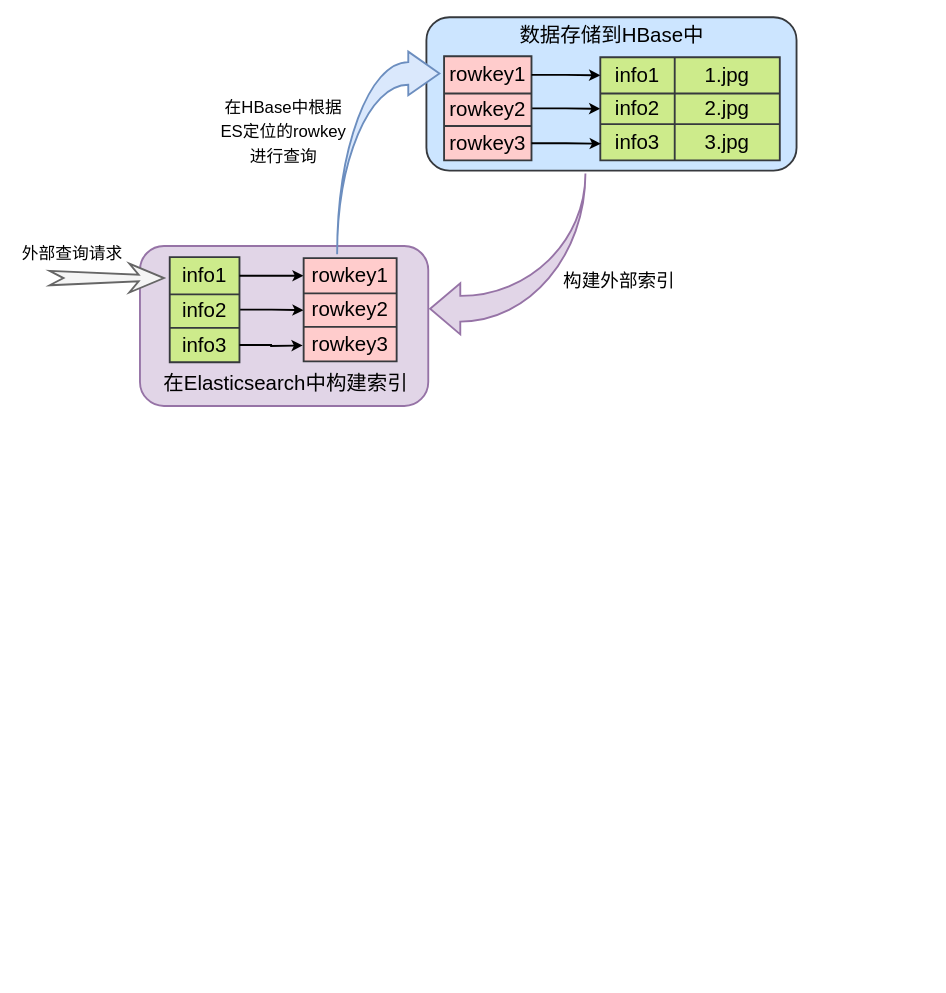
The draw.io diagram page "第 4 页" (4 of 4) of 未命名绘图.drawio in Life-Cycle/xixi, before the edit. Source tidied: cells renumbered, new cells numbered last; positions are measured from the earlier drawing's top-left corner, leaving out a move shared by most shapes. Both pictures are drawn from the tidied source at 93%, with x=0, y=0 at pixel (16, 17).
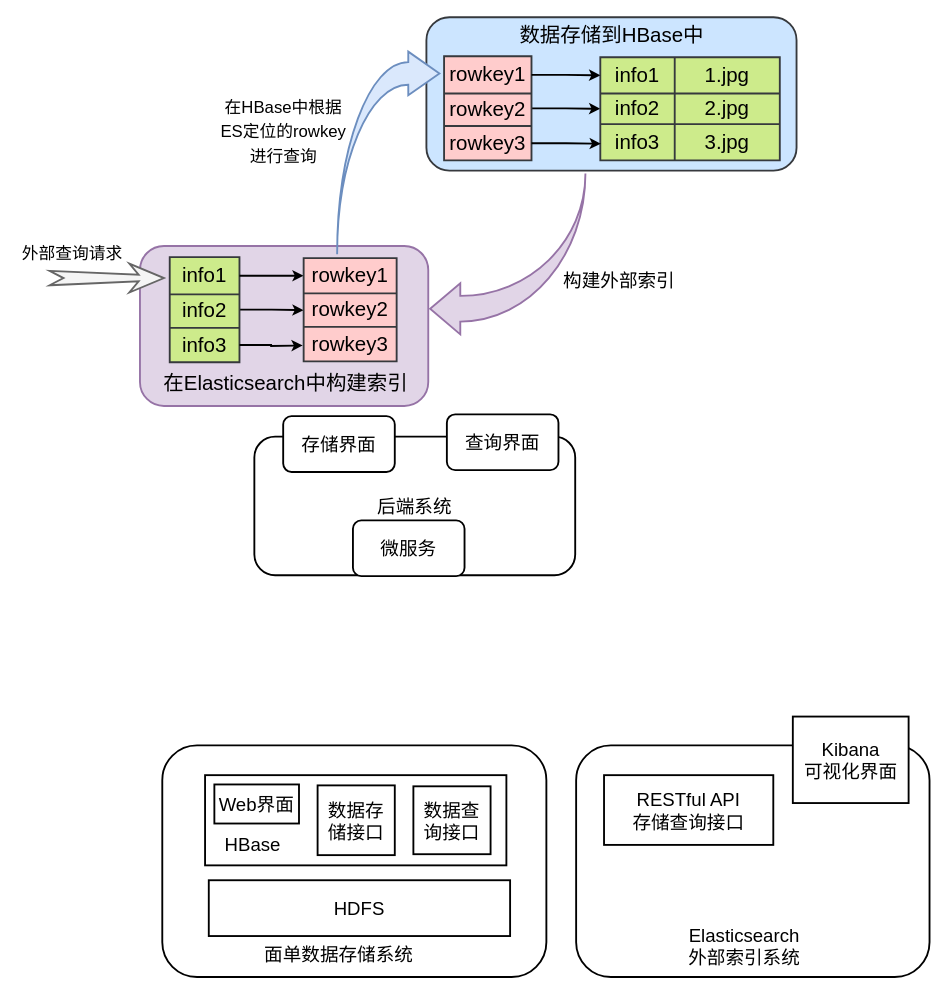
The same diagram, later.

Commit message:
更新未命名绘图.drawio

What changed in the source:
```diff
@@
+    <mxCell id="49" style="rounded=1;whiteSpace=wrap;html=1;labelBackgroundColor=none;fontSize=20;fontColor=#000000;strokeColor=#000000;strokeWidth=2;fillColor=#FFFFFF;" parent="1" vertex="1">
+      <mxGeometry x="157" y="783" width="413" height="249" as="geometry" />
+    </mxCell>
+    <mxCell id="50" value="后端系统" style="rounded=1;whiteSpace=wrap;html=1;labelBackgroundColor=none;fontSize=20;fontColor=#000000;strokeColor=#000000;strokeWidth=2;fillColor=#FFFFFF;" parent="1" vertex="1">
+      <mxGeometry x="256" y="451" width="345" height="149" as="geometry" />
+    </mxCell>
+    <mxCell id="51" style="rounded=1;whiteSpace=wrap;html=1;labelBackgroundColor=none;fontSize=20;fontColor=#000000;strokeColor=#000000;strokeWidth=2;fillColor=#FFFFFF;" parent="1" vertex="1">
+      <mxGeometry x="602" y="783" width="380" height="249" as="geometry" />
+    </mxCell>
+    <mxCell id="52" value="存储界面" style="rounded=1;whiteSpace=wrap;html=1;labelBackgroundColor=none;fontSize=20;fontColor=#000000;strokeColor=#000000;strokeWidth=2;fillColor=#FFFFFF;" parent="1" vertex="1">
+      <mxGeometry x="287" y="429" width="120" height="60" as="geometry" />
+    </mxCell>
+    <mxCell id="53" value="查询界面" style="rounded=1;whiteSpace=wrap;html=1;labelBackgroundColor=none;fontSize=20;fontColor=#000000;strokeColor=#000000;strokeWidth=2;fillColor=#FFFFFF;" parent="1" vertex="1">
+      <mxGeometry x="463" y="427" width="120" height="60" as="geometry" />
+    </mxCell>
+    <mxCell id="54" value="微服务" style="rounded=1;whiteSpace=wrap;html=1;labelBackgroundColor=none;fontSize=20;fontColor=#000000;strokeColor=#000000;strokeWidth=2;fillColor=#FFFFFF;" parent="1" vertex="1">
+      <mxGeometry x="362" y="541" width="120" height="60" as="geometry" />
+    </mxCell>
+    <mxCell id="55" value="面单数据存储系统" style="text;html=1;strokeColor=none;fillColor=none;align=center;verticalAlign=middle;whiteSpace=wrap;rounded=0;labelBackgroundColor=none;fontSize=20;fontColor=#000000;" parent="1" vertex="1">
+      <mxGeometry x="259" y="992" width="176" height="30" as="geometry" />
+    </mxCell>
+    <mxCell id="56" value="HDFS" style="rounded=0;whiteSpace=wrap;html=1;labelBackgroundColor=none;fontSize=20;fontColor=#000000;strokeColor=#000000;strokeWidth=2;fillColor=#FFFFFF;" parent="1" vertex="1">
+      <mxGeometry x="207" y="928" width="324" height="60" as="geometry" />
+    </mxCell>
+    <mxCell id="57" style="rounded=0;whiteSpace=wrap;html=1;labelBackgroundColor=none;fontSize=20;fontColor=#000000;strokeColor=#000000;strokeWidth=2;fillColor=#FFFFFF;" parent="1" vertex="1">
+      <mxGeometry x="203" y="815" width="324" height="97" as="geometry" />
+    </mxCell>
+    <mxCell id="58" value="HBase" style="text;html=1;strokeColor=none;fillColor=none;align=center;verticalAlign=middle;whiteSpace=wrap;rounded=0;labelBackgroundColor=none;fontSize=20;fontColor=#000000;" parent="1" vertex="1">
+      <mxGeometry x="209" y="874" width="91" height="30" as="geometry" />
+    </mxCell>
+    <mxCell id="59" value="Web界面" style="rounded=0;whiteSpace=wrap;html=1;labelBackgroundColor=none;fontSize=20;fontColor=#000000;strokeColor=#000000;strokeWidth=2;fillColor=#FFFFFF;" parent="1" vertex="1">
+      <mxGeometry x="213" y="825" width="91" height="42" as="geometry" />
+    </mxCell>
+    <mxCell id="60" value="数据存&lt;br&gt;储接口" style="rounded=0;whiteSpace=wrap;html=1;labelBackgroundColor=none;fontSize=20;fontColor=#000000;strokeColor=#000000;strokeWidth=2;fillColor=#FFFFFF;" parent="1" vertex="1">
+      <mxGeometry x="324" y="826" width="83" height="75" as="geometry" />
+    </mxCell>
+    <mxCell id="61" value="数据查&lt;br&gt;询接口" style="rounded=0;whiteSpace=wrap;html=1;labelBackgroundColor=none;fontSize=20;fontColor=#000000;strokeColor=#000000;strokeWidth=2;fillColor=#FFFFFF;" parent="1" vertex="1">
+      <mxGeometry x="427" y="827" width="83" height="73" as="geometry" />
+    </mxCell>
+    <mxCell id="62" value="Elasticsearch&lt;br&gt;外部索引系统" style="text;html=1;strokeColor=none;fillColor=none;align=center;verticalAlign=middle;whiteSpace=wrap;rounded=0;labelBackgroundColor=none;fontSize=20;fontColor=#000000;" parent="1" vertex="1">
+      <mxGeometry x="695" y="984" width="176" height="30" as="geometry" />
+    </mxCell>
+    <mxCell id="63" value="Kibana&lt;br&gt;可视化界面" style="rounded=0;whiteSpace=wrap;html=1;labelBackgroundColor=none;fontSize=20;fontColor=#000000;strokeColor=#000000;strokeWidth=2;fillColor=#FFFFFF;" parent="1" vertex="1">
+      <mxGeometry x="835" y="752" width="124.5" height="93" as="geometry" />
+    </mxCell>
+    <mxCell id="64" value="RESTful API&lt;br&gt;存储查询接口" style="rounded=0;whiteSpace=wrap;html=1;labelBackgroundColor=none;fontSize=20;fontColor=#000000;strokeColor=#000000;strokeWidth=2;fillColor=#FFFFFF;" parent="1" vertex="1">
+      <mxGeometry x="632" y="815" width="182" height="75" as="geometry" />
+    </mxCell>
```
